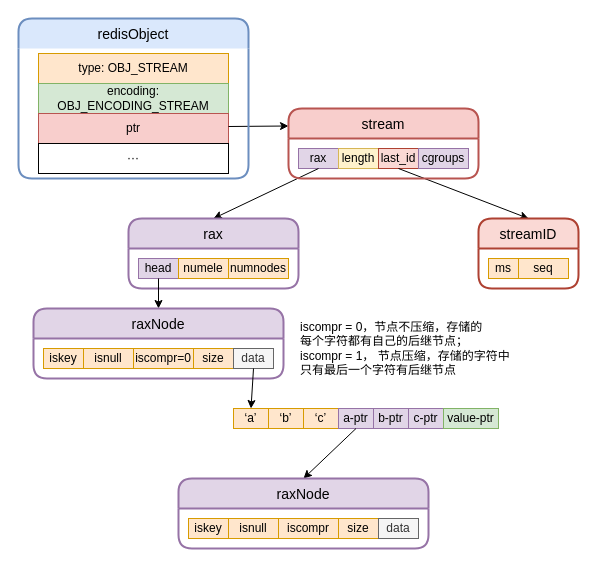
Above: redis_stream.drawio in yang00-74/flowchart (draw.io), before the change. Source tidied: cells renumbered, new cells numbered last; positions are measured from the earlier drawing's top-left corner, leaving out a move shared by most shapes. Both pictures are drawn from the tidied source at 100%, with x=0, y=0 at pixel (18, 18).
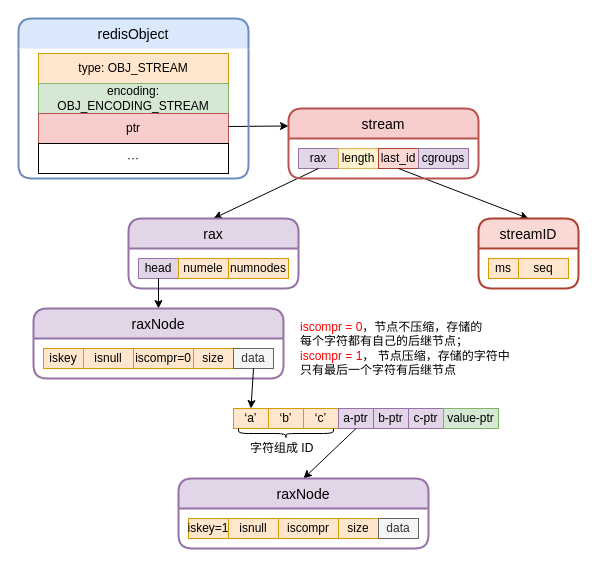
The same diagram, later.

Diff of the diagram source:
```diff
@@
-    <mxCell id="30" value="iscompr = 0，节点不压缩，存储的&lt;br&gt;每个字符都有自己的后继节点；&lt;br&gt;iscompr = 1， 节点压缩，存储的字符中&lt;br&gt;只有最后一个字符有后继节点" style="text;html=1;align=left;verticalAlign=middle;" parent="1" vertex="1">
+    <mxCell id="30" value="&lt;font color=&quot;#ff0000&quot;&gt;iscompr = 0&lt;/font&gt;，节点不压缩，存储的&lt;br&gt;每个字符都有自己的后继节点；&lt;br&gt;&lt;font color=&quot;#ff0000&quot;&gt;iscompr = 1&lt;/font&gt;， 节点压缩，存储的字符中&lt;br&gt;只有最后一个字符有后继节点" style="text;html=1;align=left;verticalAlign=middle;" parent="1" vertex="1">
       <mxGeometry x="280" y="300" width="230" height="60" as="geometry" />
     </mxCell>
@@
-    <mxCell id="39" value="iskey" style="whiteSpace=wrap;html=1;align=center;fillColor=#ffe6cc;strokeColor=#d79b00;" parent="1" vertex="1">
+    <mxCell id="39" value="iskey=1" style="whiteSpace=wrap;html=1;align=center;fillColor=#ffe6cc;strokeColor=#d79b00;" parent="1" vertex="1">
       <mxGeometry x="170" y="500" width="40" height="20" as="geometry" />
     </mxCell>
@@
+    <mxCell id="45" value="&amp;nbsp; &amp;nbsp; &amp;nbsp; &amp;nbsp; &amp;nbsp; &lt;br&gt;&amp;nbsp; &amp;nbsp; &amp;nbsp; &amp;nbsp; &amp;nbsp; &lt;br&gt;&amp;nbsp; &amp;nbsp;字符组成 ID" style="shape=curlyBracket;whiteSpace=wrap;html=1;rounded=1;align=left;direction=north;" parent="1" vertex="1">
+      <mxGeometry x="220" y="410" width="95" height="10" as="geometry" />
+    </mxCell>
```
